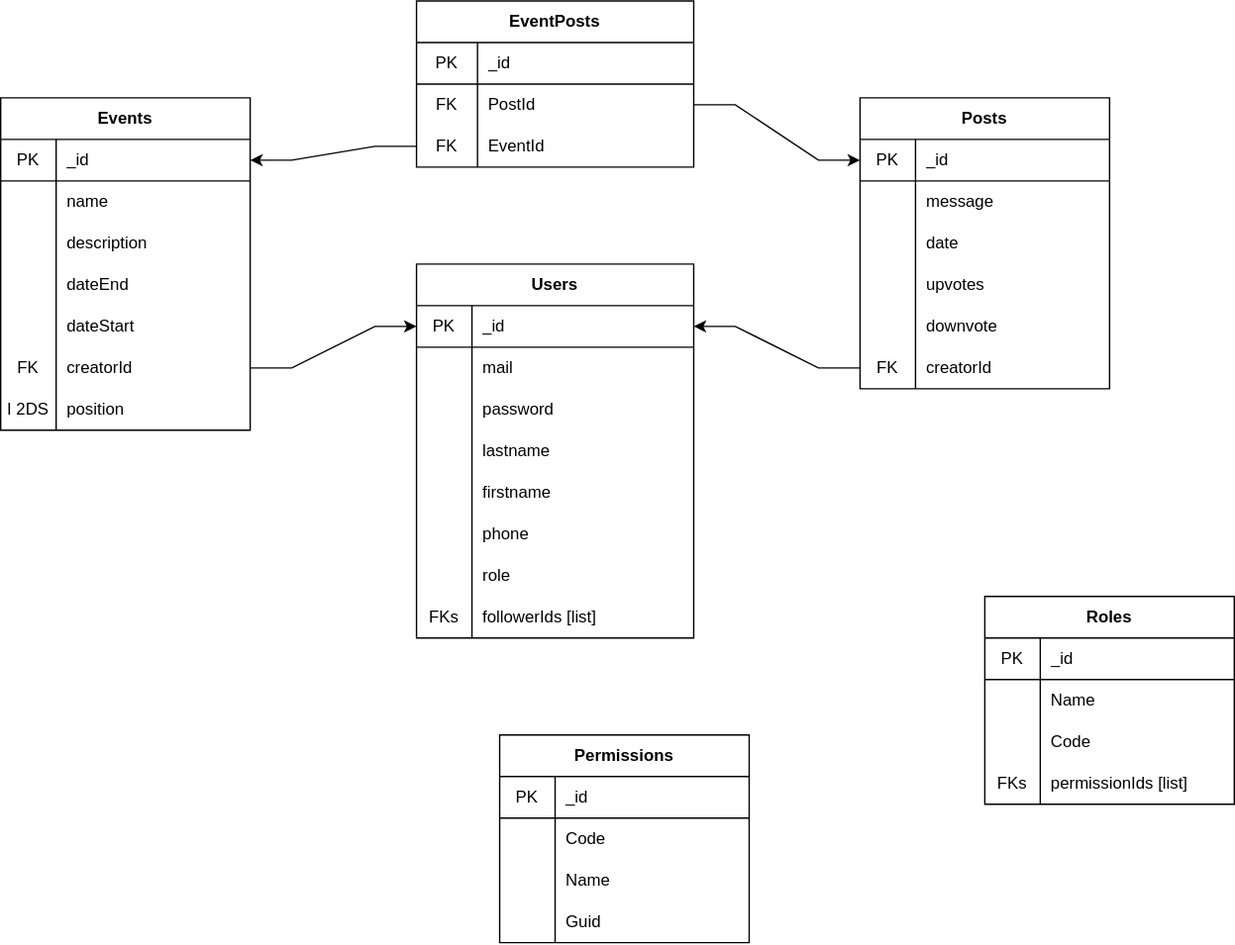
The draw.io diagram DB.svg in BriceMichalskiStudent/M2_MyCalendApp_backend, before a commit. Source tidied: cells renumbered, new cells last; positions are measured from the earlier drawing's top-left corner, leaving out a move shared by most shapes.
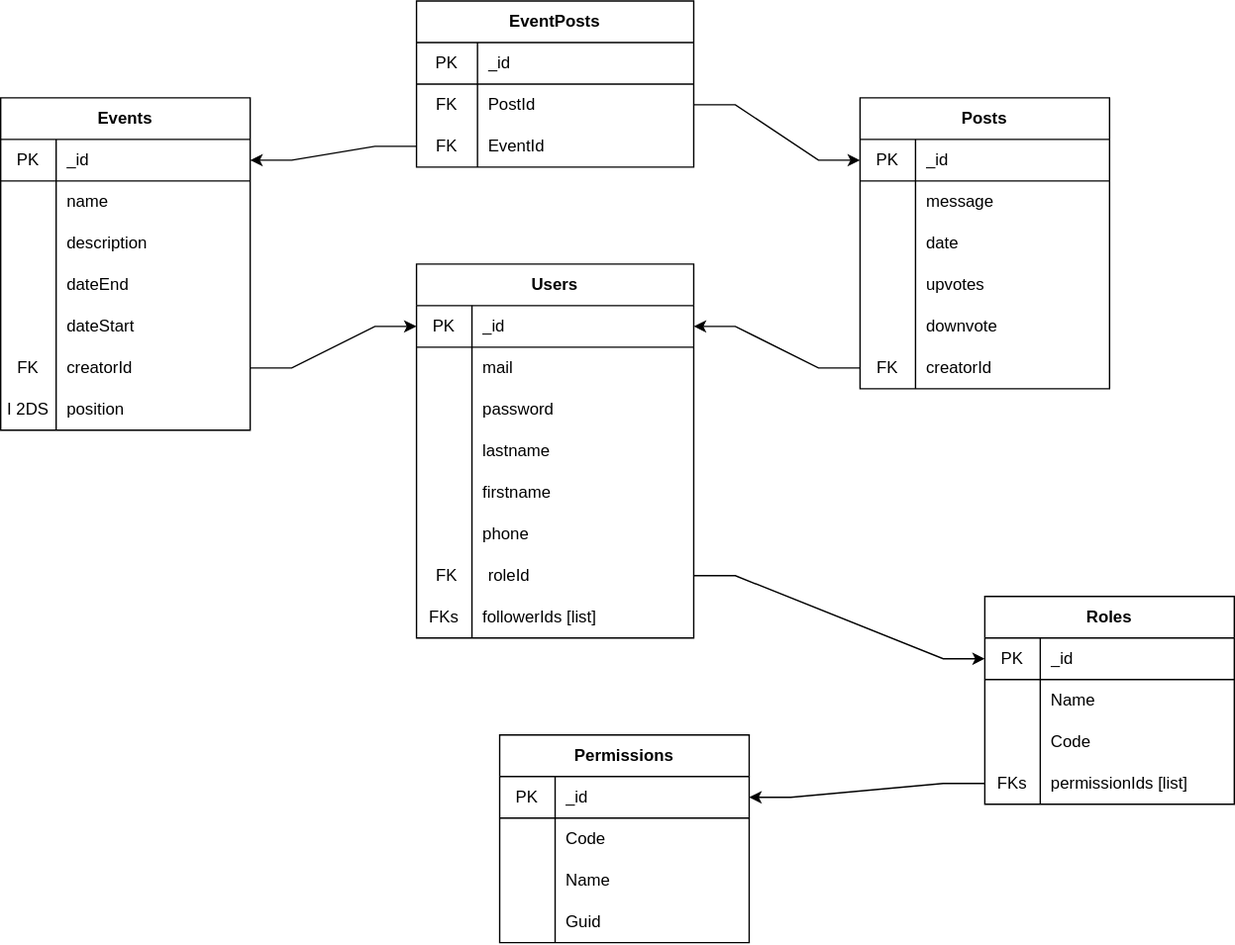
Above is the later version.

What changed in the source:
```diff
@@ -284,6 +284,9 @@
     <mxCell id="95" value="Guid" style="shape=partialRectangle;html=1;whiteSpace=wrap;fillColor=none;top=0;left=0;bottom=0;right=0;align=left;spacingLeft=6;overflow=hidden;" parent="93" vertex="1">
       <mxGeometry x="40" width="140" height="30" as="geometry" />
     </mxCell>
+    <mxCell id="100" style="edgeStyle=entityRelationEdgeStyle;rounded=0;jettySize=auto;html=1;exitX=0;exitY=0.5;exitDx=0;exitDy=0;" parent="1" edge="1" source="96" target="84">
+      <mxGeometry relative="1" as="geometry" />
+    </mxCell>
     <mxCell id="96" style="shape=partialRectangle;html=1;whiteSpace=wrap;fillColor=none;top=0;left=0;bottom=0;right=0;points=[[0,0.5],[1,0.5]];portConstraint=eastwest;" parent="1" vertex="1">
       <mxGeometry x="710" y="550" width="180" height="30" as="geometry" />
     </mxCell>
@@ -293,8 +296,17 @@
     <mxCell id="98" value="permissionIds [list]" style="shape=partialRectangle;html=1;whiteSpace=wrap;fillColor=none;top=0;left=0;bottom=0;right=0;align=left;spacingLeft=6;overflow=hidden;" parent="96" vertex="1">
       <mxGeometry x="40" width="140" height="30" as="geometry" />
     </mxCell>
-    <mxCell id="99" value="role" style="shape=partialRectangle;html=1;whiteSpace=wrap;fillColor=none;top=0;left=0;bottom=0;right=0;align=left;spacingLeft=6;overflow=hidden;" parent="1" vertex="1">
-      <mxGeometry x="340" y="400" width="140" height="30" as="geometry" />
-    </mxCell>
+    <mxCell id="101" style="edgeStyle=entityRelationEdgeStyle;rounded=0;jettySize=auto;html=1;exitX=1;exitY=0.5;exitDx=0;exitDy=0;entryX=0;entryY=0.5;entryDx=0;entryDy=0;" parent="1" edge="1" source="102" target="74">
+      <mxGeometry relative="1" as="geometry" />
+    </mxCell>
+    <mxCell id="102" style="shape=partialRectangle;html=1;whiteSpace=wrap;fillColor=none;top=0;left=0;bottom=0;right=0;points=[[0,0.5],[1,0.5]];portConstraint=eastwest;" parent="1" vertex="1">
+      <mxGeometry x="300" y="400" width="200" height="30" as="geometry" />
+    </mxCell>
+    <mxCell id="103" value="FK" style="shape=partialRectangle;html=1;whiteSpace=wrap;fillColor=none;top=0;left=0;bottom=0;right=0;overflow=hidden;" parent="102" vertex="1">
+      <mxGeometry width="44.4" height="30" as="geometry" />
+    </mxCell>
+    <mxCell id="104" value="roleId" style="shape=partialRectangle;html=1;whiteSpace=wrap;fillColor=none;top=0;left=0;bottom=0;right=0;align=left;spacingLeft=6;overflow=hidden;" parent="102" vertex="1">
+      <mxGeometry x="44.4" width="155.6" height="30" as="geometry" />
+    </mxCell>
   </root>
 </mxGraphModel>
```
